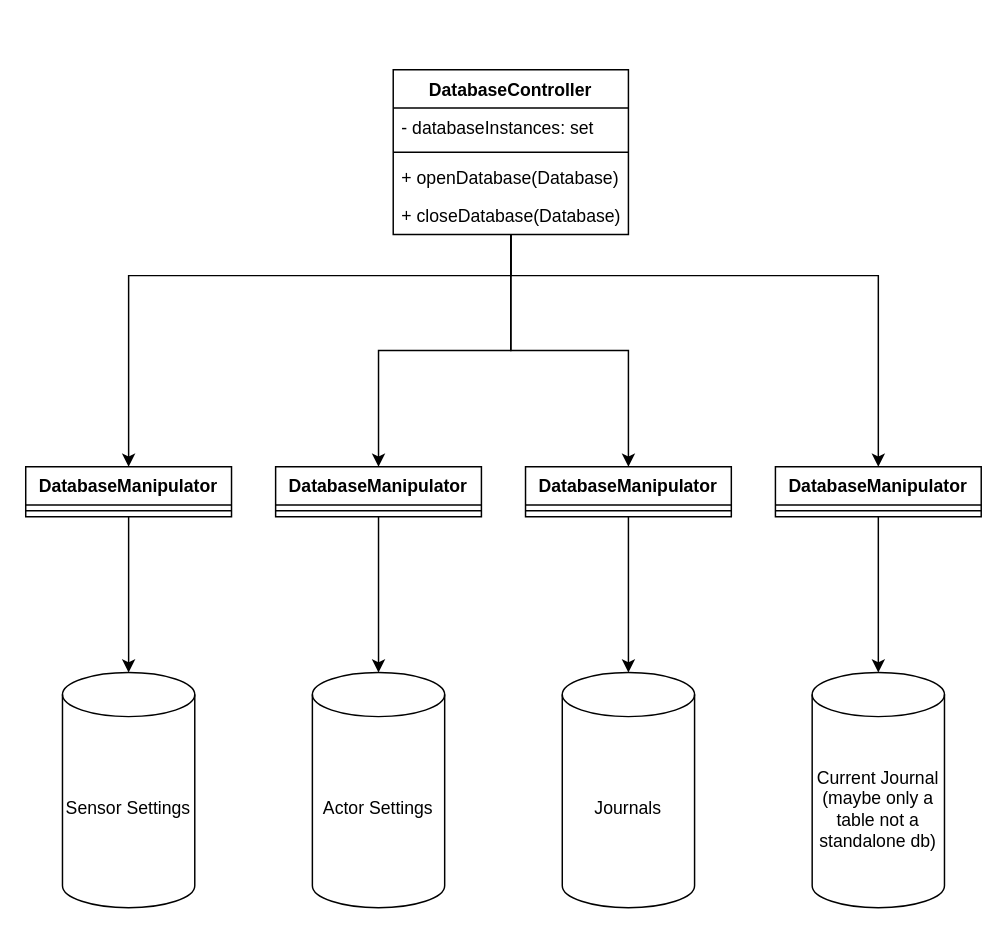
Uhgtred/OpenGreenHouse keeps this draw.io diagram as page "Component-Diagram" (1 of 2) of Database/Architecture/Database-architecture.drawio. Above is the earlier version. Source tidied: cells renumbered, new cells numbered last; positions are measured from the earlier drawing's top-left corner, leaving out a move shared by most shapes. Both pictures are drawn from the tidied source at 147%, with x=0, y=0 at pixel (25, 69).
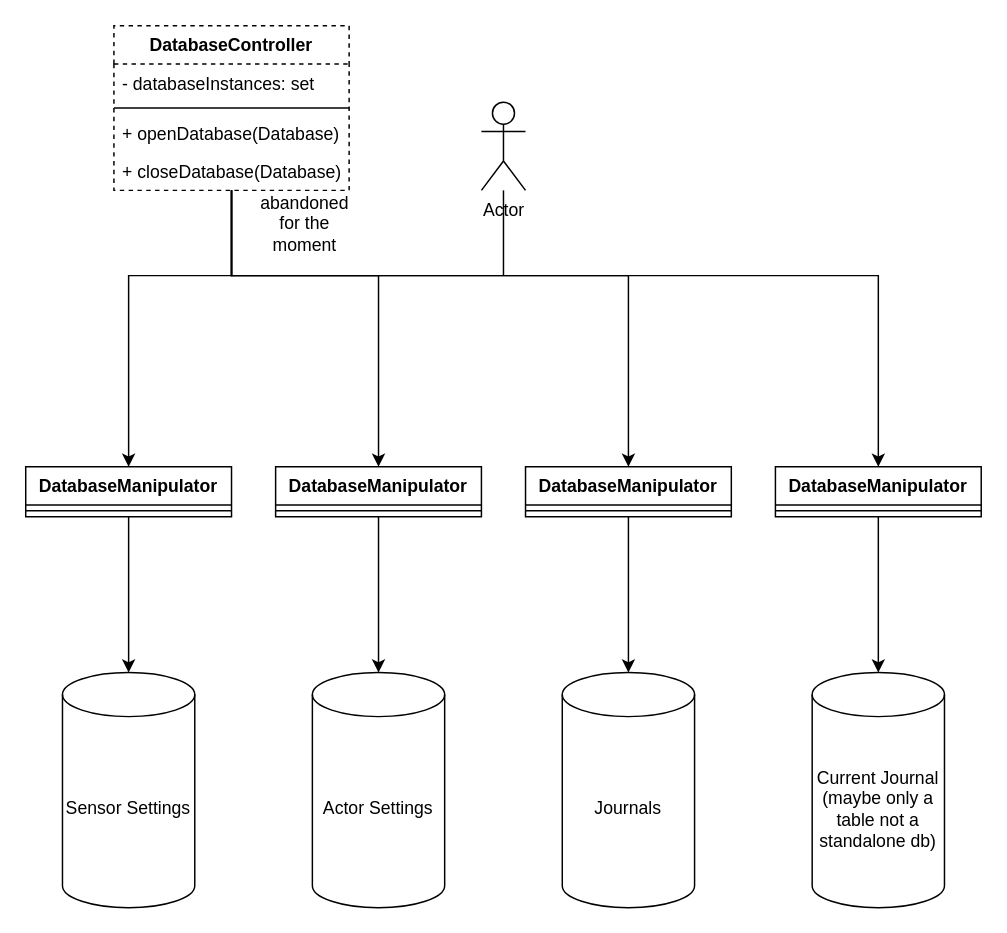
Above is the later version.

Commit message (it also covers changes not shown here):
going back from the databasecontroller

Database-controller in its current state would have more downsides than upsides. It is abandoned for the moment.

Unchanged cells that the change refers to:
```xml
<mxCell id="15" value="DatabaseManipulator" style="swimlane;fontStyle=1;align=center;verticalAlign=top;horizontal=1;startSize=26;whiteSpace=wrap;html=1;" parent="1" vertex="1">
  <mxGeometry x="510" y="270" width="140" height="34" as="geometry" />
</mxCell>
<mxCell id="18" value="DatabaseManipulator" style="swimlane;fontStyle=1;align=center;verticalAlign=top;horizontal=1;startSize=26;whiteSpace=wrap;html=1;" parent="1" vertex="1">
  <mxGeometry x="340" y="270" width="140" height="34" as="geometry" />
</mxCell>
<mxCell id="20" value="DatabaseManipulator" style="swimlane;fontStyle=1;align=center;verticalAlign=top;horizontal=1;startSize=26;whiteSpace=wrap;html=1;" parent="1" vertex="1">
  <mxGeometry y="270" width="140" height="34" as="geometry" />
</mxCell>
<mxCell id="23" value="DatabaseManipulator" style="swimlane;fontStyle=1;align=center;verticalAlign=top;horizontal=1;startSize=26;whiteSpace=wrap;html=1;" parent="1" vertex="1">
  <mxGeometry x="170" y="270" width="140" height="34" as="geometry" />
</mxCell>
```

Diff of the diagram source:
```diff
@@
     <mxCell id="6" style="edgeStyle=orthogonalEdgeStyle;rounded=0;jettySize=auto;html=1;entryX=0.5;entryY=0;entryDx=0;entryDy=0;" parent="1" edge="1" source="10" target="20">
       <mxGeometry relative="1" as="geometry">
         <Array as="points">
-          <mxPoint x="330" y="140" />
+          <mxPoint x="140" y="140" />
           <mxPoint x="70" y="140" />
         </Array>
       </mxGeometry>
     </mxCell>
@@
     <mxCell id="8" style="edgeStyle=orthogonalEdgeStyle;rounded=0;jettySize=auto;html=1;entryX=0.5;entryY=0;entryDx=0;entryDy=0;" parent="1" edge="1" source="10" target="18">
-      <mxGeometry relative="1" as="geometry" />
+      <mxGeometry relative="1" as="geometry">
+        <Array as="points">
+          <mxPoint x="140" y="140" />
+          <mxPoint x="410" y="140" />
+        </Array>
+      </mxGeometry>
     </mxCell>
     <mxCell id="9" style="edgeStyle=orthogonalEdgeStyle;rounded=0;jettySize=auto;html=1;entryX=0.5;entryY=0;entryDx=0;entryDy=0;" parent="1" edge="1" source="10" target="15">
       <mxGeometry relative="1" as="geometry">
         <Array as="points">
-          <mxPoint x="330" y="140" />
+          <mxPoint x="140" y="140" />
           <mxPoint x="580" y="140" />
         </Array>
       </mxGeometry>
     </mxCell>
-    <mxCell id="10" value="DatabaseController" style="swimlane;fontStyle=1;align=center;verticalAlign=top;horizontal=1;startSize=26;" parent="1" vertex="1">
-      <mxGeometry x="250" width="160" height="112" as="geometry" />
+    <mxCell id="10" value="DatabaseController" style="swimlane;fontStyle=1;align=center;verticalAlign=top;horizontal=1;startSize=26;dashed=1;" parent="1" vertex="1">
+      <mxGeometry x="60" y="-30" width="160" height="112" as="geometry" />
     </mxCell>
@@
     <mxCell id="22" style="edgeStyle=orthogonalEdgeStyle;rounded=0;jettySize=auto;html=1;" parent="1" edge="1" source="10" target="23">
-      <mxGeometry relative="1" as="geometry" />
+      <mxGeometry relative="1" as="geometry">
+        <Array as="points">
+          <mxPoint x="140" y="140" />
+          <mxPoint x="240" y="140" />
+        </Array>
+      </mxGeometry>
     </mxCell>
@@
+    <mxCell id="27" value="abandoned for the moment" style="text;html=1;strokeColor=none;fillColor=none;align=center;verticalAlign=middle;whiteSpace=wrap;rounded=0;" parent="1" vertex="1">
+      <mxGeometry x="160" y="90" width="60" height="30" as="geometry" />
+    </mxCell>
+    <mxCell id="28" style="edgeStyle=orthogonalEdgeStyle;rounded=0;jettySize=auto;html=1;endArrow=none;endFill=0;" parent="1" edge="1" source="29">
+      <mxGeometry relative="1" as="geometry">
+        <mxPoint x="325" y="140" as="targetPoint" />
+      </mxGeometry>
+    </mxCell>
+    <mxCell id="29" value="Actor" style="shape=umlActor;verticalLabelPosition=bottom;verticalAlign=top;html=1;outlineConnect=0;" parent="1" vertex="1">
+      <mxGeometry x="310" y="22" width="30" height="60" as="geometry" />
+    </mxCell>
```
